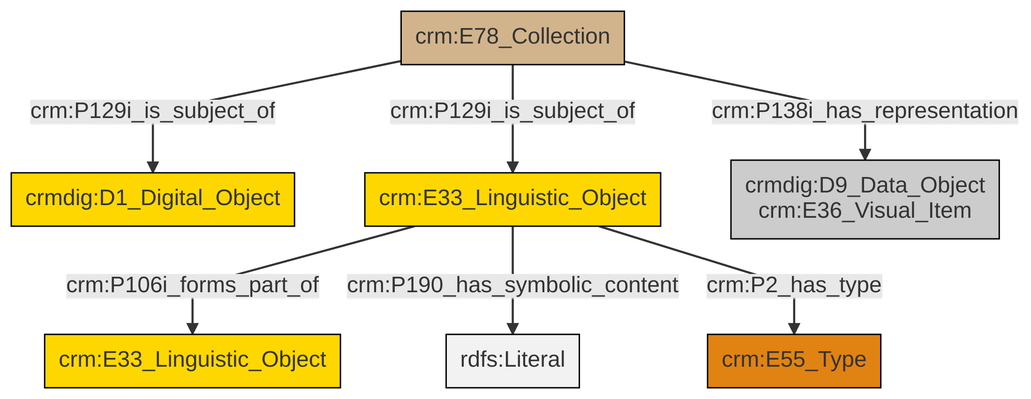
The Mermaid diagram et/archivalCSV/ttl/mmd/png/archival_docs.png in swiss-art-research-net/docs.swissartresearch, before a commit. Its source is kept beside it as et/archivalCSV/ttl/mmd/archival_docs.ttl.mmd.
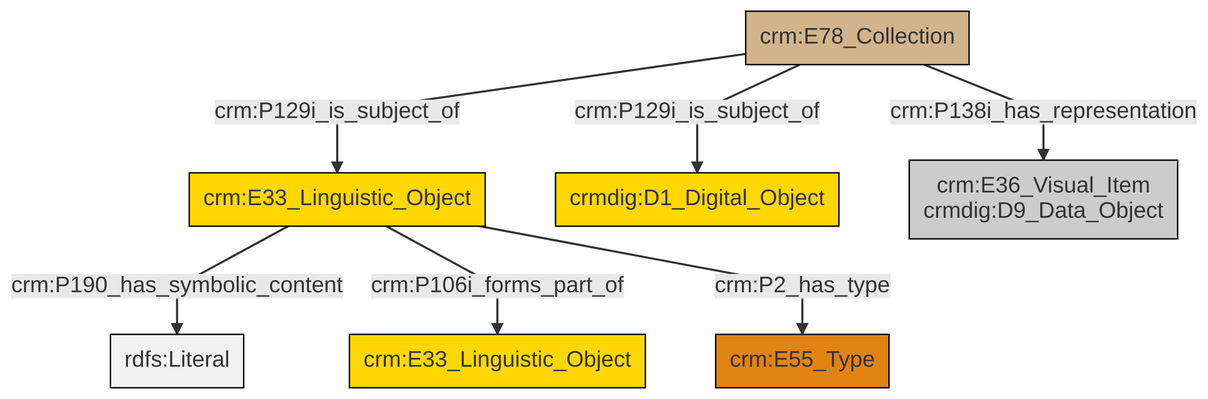
After the change.

Change to the diagram source:
```diff
@@ -13,9 +13,9 @@
 classDef PC_Classes fill:#4ce600, stroke:#000000;
 classDef Multi fill:#cccccc,stroke:#000000;
 
-4["crm:E78_Collection"]:::Physical_Thing -->|crm:P129i_is_subject_of| 5["crm:E33_Linguistic_Object"]:::Conceptual_Object
-5["crm:E33_Linguistic_Object"]:::Conceptual_Object -->|crm:P106i_forms_part_of| 7["crm:E33_Linguistic_Object"]:::Conceptual_Object
-4["crm:E78_Collection"]:::Physical_Thing -->|crm:P138i_has_representation| 8["crmdig:D9_Data_Object<br>crm:E36_Visual_Item"]:::Multi
-5["crm:E33_Linguistic_Object"]:::Conceptual_Object -->|crm:P190_has_symbolic_content| 9[rdfs:Literal]:::Literal
-4["crm:E78_Collection"]:::Physical_Thing -->|crm:P129i_is_subject_of| 0["crmdig:D1_Digital_Object"]:::Conceptual_Object
-5["crm:E33_Linguistic_Object"]:::Conceptual_Object -->|crm:P2_has_type| 2["crm:E55_Type"]:::Type
+2["crm:E33_Linguistic_Object"]:::Conceptual_Object -->|crm:P190_has_symbolic_content| 3[rdfs:Literal]:::Literal
+4["crm:E78_Collection"]:::Physical_Thing -->|crm:P129i_is_subject_of| 5["crmdig:D1_Digital_Object"]:::Conceptual_Object
+2["crm:E33_Linguistic_Object"]:::Conceptual_Object -->|crm:P106i_forms_part_of| 6["crm:E33_Linguistic_Object"]:::Conceptual_Object
+4["crm:E78_Collection"]:::Physical_Thing -->|crm:P138i_has_representation| 8["crm:E36_Visual_Item<br>crmdig:D9_Data_Object"]:::Multi
+2["crm:E33_Linguistic_Object"]:::Conceptual_Object -->|crm:P2_has_type| 0["crm:E55_Type"]:::Type
+4["crm:E78_Collection"]:::Physical_Thing -->|crm:P129i_is_subject_of| 2["crm:E33_Linguistic_Object"]:::Conceptual_Object
```
